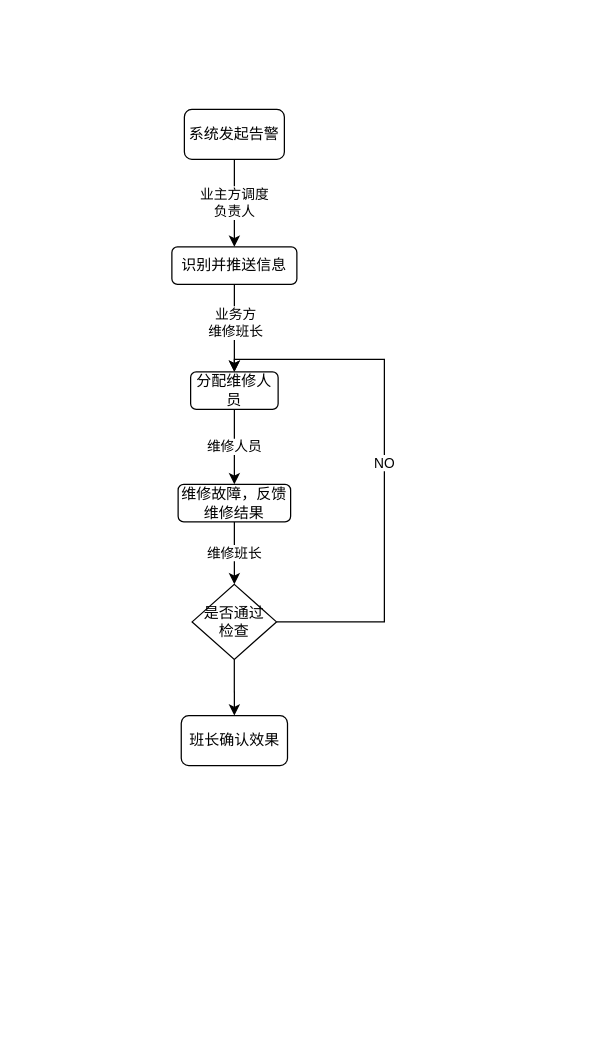
Armstrong-Bai/demo keeps this draw.io diagram as Untitled Diagram.drawio. Above is the earlier version. Source tidied: cells renumbered, new cells numbered last; positions are measured from the earlier drawing's top-left corner, leaving out a move shared by most shapes. Both pictures are drawn from the tidied source at 125%, with x=0, y=0 at pixel (171, 109).
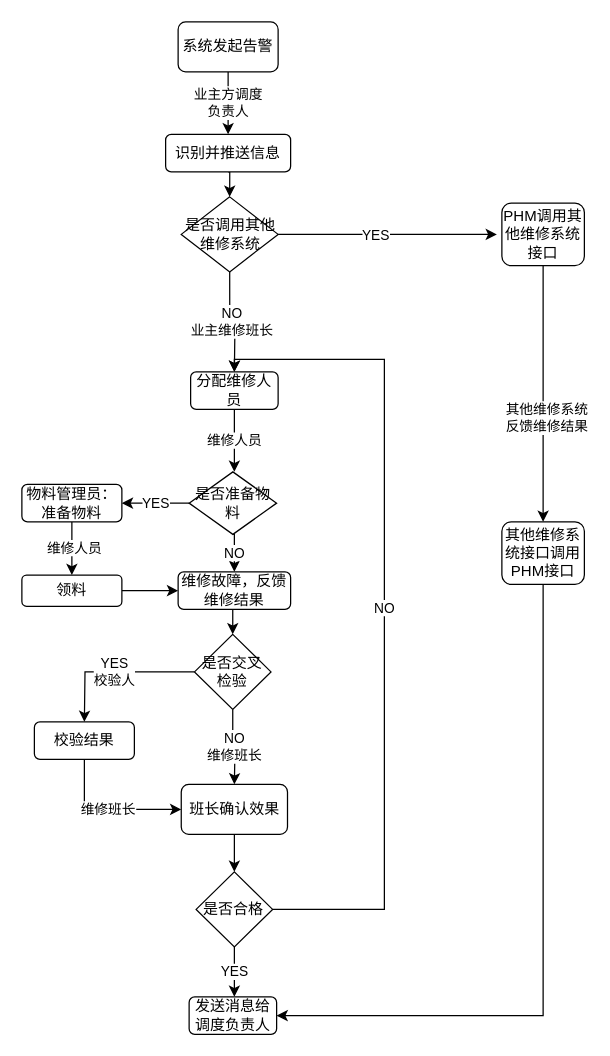
The same page after the edit.

The change refers to these unchanged cells:
```xml
<mxCell id="6" value="分配维修人员" style="rounded=1;whiteSpace=wrap;html=1;" parent="1" vertex="1">
  <mxGeometry x="15" y="210" width="70" height="30" as="geometry" />
</mxCell>
```

Diff of the diagram source:
```diff
@@
     <mxCell id="2" value="系统发起告警" style="rounded=1;whiteSpace=wrap;html=1;" parent="1" vertex="1">
-      <mxGeometry x="10" width="80" height="40" as="geometry" />
+      <mxGeometry x="5" y="-70" width="80" height="40" as="geometry" />
     </mxCell>
-    <mxCell id="3" style="edgeStyle=orthogonalEdgeStyle;rounded=0;jettySize=auto;html=1;entryX=0.5;entryY=0;entryDx=0;entryDy=0;exitX=0.5;exitY=1;exitDx=0;exitDy=0;" parent="1" edge="1" source="8" target="6">
-      <mxGeometry relative="1" as="geometry">
-        <Array as="points">
-          <mxPoint x="50" y="210" />
-          <mxPoint x="50" y="210" />
-        </Array>
-      </mxGeometry>
-    </mxCell>
-    <mxCell id="4" value="业务方&lt;br&gt;维修班长" style="edgeLabel;html=1;align=center;verticalAlign=middle;" parent="3" vertex="1">
-      <mxGeometry x="-0.44" y="1" relative="1" as="geometry">
-        <mxPoint x="-1" y="10" as="offset" />
-      </mxGeometry>
-    </mxCell>
-    <mxCell id="5" value="维修人员" style="edgeStyle=orthogonalEdgeStyle;rounded=0;jettySize=auto;html=1;exitX=0.5;exitY=1;exitDx=0;exitDy=0;" parent="1" edge="1" source="6" target="11">
-      <mxGeometry relative="1" as="geometry" />
+    <mxCell id="5" value="维修人员" style="edgeStyle=orthogonalEdgeStyle;rounded=0;jettySize=auto;html=1;exitX=0.5;exitY=1;exitDx=0;exitDy=0;" parent="1" edge="1" source="6">
+      <mxGeometry relative="1" as="geometry">
+        <mxPoint x="50" y="290" as="targetPoint" />
+      </mxGeometry>
     </mxCell>
@@
+    <mxCell id="16" style="edgeStyle=orthogonalEdgeStyle;rounded=0;jettySize=auto;html=1;exitX=0.5;exitY=1;exitDx=0;exitDy=0;entryX=0.5;entryY=0;entryDx=0;entryDy=0;" parent="1" edge="1" source="8" target="37">
+      <mxGeometry relative="1" as="geometry" />
+    </mxCell>
     <mxCell id="8" value="&lt;span&gt;识别并推送信息&lt;/span&gt;" style="rounded=1;whiteSpace=wrap;html=1;" parent="1" vertex="1">
-      <mxGeometry y="110" width="100" height="30" as="geometry" />
+      <mxGeometry x="-5" y="20" width="100" height="30" as="geometry" />
     </mxCell>
@@
-    <mxCell id="10" value="维修班长" style="edgeStyle=orthogonalEdgeStyle;rounded=0;jettySize=auto;html=1;" parent="1" edge="1" source="11">
-      <mxGeometry relative="1" as="geometry">
-        <mxPoint x="50" y="380" as="targetPoint" />
+    <mxCell id="10" value="NO&lt;br&gt;维修班长" style="edgeStyle=orthogonalEdgeStyle;rounded=0;jettySize=auto;html=1;exitX=0.5;exitY=1;exitDx=0;exitDy=0;" parent="1" edge="1" source="27">
+      <mxGeometry x="0.01" relative="1" as="geometry">
+        <mxPoint x="50" y="540" as="targetPoint" />
       </mxGeometry>
     </mxCell>
+    <mxCell id="17" style="edgeStyle=orthogonalEdgeStyle;rounded=0;jettySize=auto;html=1;exitX=0.5;exitY=1;exitDx=0;exitDy=0;entryX=0.5;entryY=0;entryDx=0;entryDy=0;" parent="1" edge="1" source="11" target="27">
+      <mxGeometry relative="1" as="geometry" />
+    </mxCell>
     <mxCell id="11" value="维修故障，反馈维修结果" style="rounded=1;whiteSpace=wrap;html=1;" parent="1" vertex="1">
-      <mxGeometry x="5" y="300" width="90" height="30" as="geometry" />
+      <mxGeometry x="5" y="370" width="90" height="30" as="geometry" />
     </mxCell>
+    <mxCell id="14" value="NO" style="edgeStyle=orthogonalEdgeStyle;rounded=0;jettySize=auto;html=1;entryX=0.5;entryY=0;entryDx=0;entryDy=0;exitX=1;exitY=0.5;exitDx=0;exitDy=0;" parent="1" edge="1" source="32" target="6">
+      <mxGeometry relative="1" as="geometry">
+        <Array as="points">
+          <mxPoint x="170" y="640" />
+          <mxPoint x="170" y="200" />
+          <mxPoint x="50" y="200" />
+        </Array>
+      </mxGeometry>
+    </mxCell>
+    <mxCell id="18" value="NO" style="edgeStyle=orthogonalEdgeStyle;rounded=0;jettySize=auto;html=1;exitX=0.5;exitY=1;exitDx=0;exitDy=0;entryX=0.5;entryY=0;entryDx=0;entryDy=0;" parent="1" edge="1" source="20" target="11">
+      <mxGeometry relative="1" as="geometry" />
+    </mxCell>
+    <mxCell id="19" value="YES" style="edgeStyle=orthogonalEdgeStyle;rounded=0;jettySize=auto;html=1;exitX=0;exitY=0.5;exitDx=0;exitDy=0;" parent="1" edge="1" source="20" target="23">
+      <mxGeometry relative="1" as="geometry" />
+    </mxCell>
+    <mxCell id="20" value="是否准备物料" style="rhombus;whiteSpace=wrap;html=1;" parent="1" vertex="1">
+      <mxGeometry x="13.8" y="290" width="70" height="50" as="geometry" />
+    </mxCell>
+    <mxCell id="21" style="edgeStyle=orthogonalEdgeStyle;rounded=0;jettySize=auto;html=1;exitX=0.5;exitY=1;exitDx=0;exitDy=0;" parent="1" edge="1" source="23" target="25">
+      <mxGeometry relative="1" as="geometry" />
+    </mxCell>
+    <mxCell id="22" value="维修人员" style="edgeLabel;html=1;align=center;verticalAlign=middle;" parent="21" vertex="1">
+      <mxGeometry x="-0.43" y="1" relative="1" as="geometry">
+        <mxPoint y="8" as="offset" />
+      </mxGeometry>
+    </mxCell>
+    <mxCell id="23" value="物料管理员：准备物料" style="rounded=1;whiteSpace=wrap;html=1;" parent="1" vertex="1">
+      <mxGeometry x="-120" y="300" width="80" height="30" as="geometry" />
+    </mxCell>
+    <mxCell id="24" style="edgeStyle=orthogonalEdgeStyle;rounded=0;jettySize=auto;html=1;entryX=0;entryY=0.5;entryDx=0;entryDy=0;" parent="1" edge="1" source="25" target="11">
+      <mxGeometry relative="1" as="geometry" />
+    </mxCell>
+    <mxCell id="25" value="领料" style="rounded=1;whiteSpace=wrap;html=1;" parent="1" vertex="1">
+      <mxGeometry x="-120" y="372.5" width="80" height="25" as="geometry" />
+    </mxCell>
+    <mxCell id="26" value="YES&lt;br&gt;校验人" style="edgeStyle=orthogonalEdgeStyle;rounded=0;jettySize=auto;html=1;exitX=0;exitY=0.5;exitDx=0;exitDy=0;" parent="1" edge="1" source="27">
+      <mxGeometry relative="1" as="geometry">
+        <mxPoint x="-70" y="490" as="targetPoint" />
+      </mxGeometry>
+    </mxCell>
+    <mxCell id="27" value="是否交叉检验" style="rhombus;whiteSpace=wrap;html=1;" parent="1" vertex="1">
+      <mxGeometry x="18.1" y="420" width="61.2" height="60" as="geometry" />
+    </mxCell>
+    <mxCell id="28" value="维修班长" style="edgeStyle=orthogonalEdgeStyle;rounded=0;jettySize=auto;html=1;entryX=0;entryY=0.5;entryDx=0;entryDy=0;" parent="1" edge="1" source="29" target="12">
+      <mxGeometry relative="1" as="geometry">
+        <Array as="points">
+          <mxPoint x="-70" y="560" />
+        </Array>
+      </mxGeometry>
+    </mxCell>
+    <mxCell id="29" value="校验结果" style="rounded=1;whiteSpace=wrap;html=1;" parent="1" vertex="1">
+      <mxGeometry x="-110" y="490" width="80" height="30" as="geometry" />
+    </mxCell>
+    <mxCell id="30" style="edgeStyle=orthogonalEdgeStyle;rounded=0;jettySize=auto;html=1;entryX=0.5;entryY=0;entryDx=0;entryDy=0;" parent="1" edge="1" source="12" target="32">
+      <mxGeometry relative="1" as="geometry" />
+    </mxCell>
     <mxCell id="12" value="班长确认效果" style="rounded=1;whiteSpace=wrap;html=1;" parent="1" vertex="1">
-      <mxGeometry x="7.5" y="485" width="85" height="40" as="geometry" />
+      <mxGeometry x="7.5" y="540" width="85" height="40" as="geometry" />
     </mxCell>
-    <mxCell id="13" style="edgeStyle=orthogonalEdgeStyle;rounded=0;jettySize=auto;html=1;exitX=0.5;exitY=1;exitDx=0;exitDy=0;entryX=0.5;entryY=0;entryDx=0;entryDy=0;" parent="1" edge="1" source="15" target="12">
-      <mxGeometry relative="1" as="geometry" />
-    </mxCell>
-    <mxCell id="14" value="NO" style="edgeStyle=orthogonalEdgeStyle;rounded=0;jettySize=auto;html=1;entryX=0.5;entryY=0;entryDx=0;entryDy=0;" parent="1" edge="1" source="15" target="6">
-      <mxGeometry relative="1" as="geometry">
-        <Array as="points">
-          <mxPoint x="170" y="410" />
-          <mxPoint x="170" y="200" />
-          <mxPoint x="50" y="200" />
-        </Array>
-      </mxGeometry>
-    </mxCell>
-    <mxCell id="15" value="是否通过&lt;br&gt;检查" style="rhombus;whiteSpace=wrap;html=1;" parent="1" vertex="1">
-      <mxGeometry x="16.2" y="380" width="67.5" height="60" as="geometry" />
-    </mxCell>
+    <mxCell id="31" value="YES" style="edgeStyle=orthogonalEdgeStyle;rounded=0;jettySize=auto;html=1;" parent="1" edge="1" source="32">
+      <mxGeometry relative="1" as="geometry">
+        <mxPoint x="50" y="710" as="targetPoint" />
+      </mxGeometry>
+    </mxCell>
+    <mxCell id="32" value="是否合格" style="rhombus;whiteSpace=wrap;html=1;" parent="1" vertex="1">
+      <mxGeometry x="19.4" y="610" width="61.2" height="60" as="geometry" />
+    </mxCell>
+    <mxCell id="33" value="发送消息给调度负责人" style="rounded=1;whiteSpace=wrap;html=1;" parent="1" vertex="1">
+      <mxGeometry x="13.8" y="710" width="70" height="30" as="geometry" />
+    </mxCell>
+    <mxCell id="34" value="NO&lt;br&gt;业主维修班长" style="edgeStyle=orthogonalEdgeStyle;rounded=0;jettySize=auto;html=1;exitX=0.5;exitY=1;exitDx=0;exitDy=0;" parent="1" edge="1" source="37">
+      <mxGeometry relative="1" as="geometry">
+        <mxPoint x="50" y="210" as="targetPoint" />
+      </mxGeometry>
+    </mxCell>
+    <mxCell id="35" style="edgeStyle=orthogonalEdgeStyle;rounded=0;jettySize=auto;html=1;" parent="1" edge="1" source="37">
+      <mxGeometry relative="1" as="geometry">
+        <mxPoint x="260" y="100" as="targetPoint" />
+      </mxGeometry>
+    </mxCell>
+    <mxCell id="36" value="YES" style="edgeLabel;html=1;align=center;verticalAlign=middle;" parent="35" vertex="1">
+      <mxGeometry x="-0.12" relative="1" as="geometry" />
+    </mxCell>
+    <mxCell id="37" value="是否调用其他维修系统" style="rhombus;whiteSpace=wrap;html=1;" parent="1" vertex="1">
+      <mxGeometry x="7.5" y="70" width="77.5" height="60" as="geometry" />
+    </mxCell>
+    <mxCell id="38" style="edgeStyle=orthogonalEdgeStyle;rounded=0;jettySize=auto;html=1;exitX=0.5;exitY=1;exitDx=0;exitDy=0;" parent="1" edge="1" source="40">
+      <mxGeometry relative="1" as="geometry">
+        <mxPoint x="297" y="330" as="targetPoint" />
+      </mxGeometry>
+    </mxCell>
+    <mxCell id="39" value="其他维修系统&lt;br&gt;反馈维修结果" style="edgeLabel;html=1;align=center;verticalAlign=middle;" parent="38" vertex="1">
+      <mxGeometry x="0.19" y="2" relative="1" as="geometry" />
+    </mxCell>
+    <mxCell id="40" value="PHM调用其他维修系统接口" style="rounded=1;whiteSpace=wrap;html=1;" parent="1" vertex="1">
+      <mxGeometry x="264" y="75" width="66" height="50" as="geometry" />
+    </mxCell>
+    <mxCell id="41" style="edgeStyle=orthogonalEdgeStyle;rounded=0;jettySize=auto;html=1;entryX=1;entryY=0.5;entryDx=0;entryDy=0;" parent="1" edge="1" source="42" target="33">
+      <mxGeometry relative="1" as="geometry">
+        <Array as="points">
+          <mxPoint x="297" y="725" />
+        </Array>
+      </mxGeometry>
+    </mxCell>
+    <mxCell id="42" value="其他维修系统接口调用PHM接口" style="rounded=1;whiteSpace=wrap;html=1;" parent="1" vertex="1">
+      <mxGeometry x="264" y="330" width="66" height="50" as="geometry" />
+    </mxCell>
```
